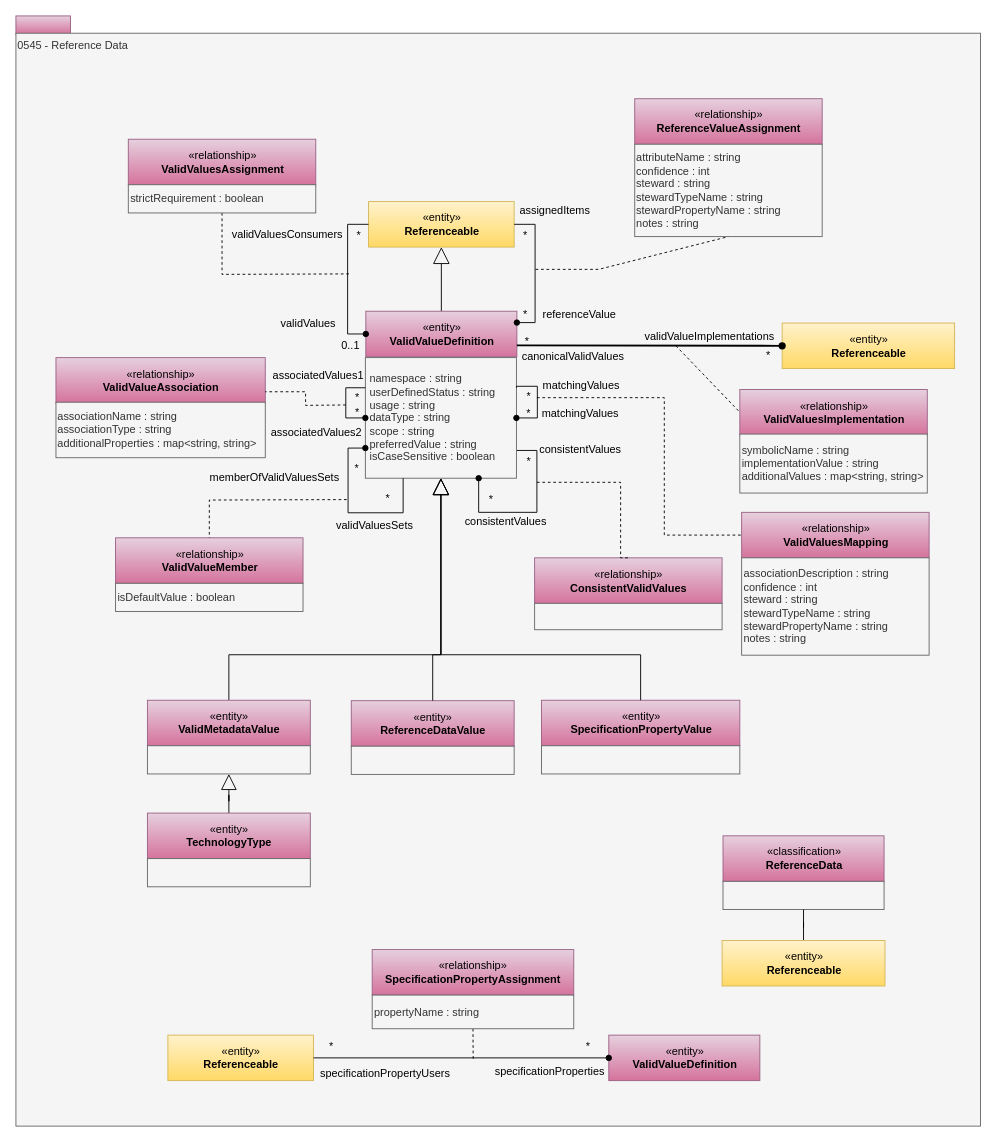
Above: page "0545-Reference-Data" (25 of 32) of site/docs/types/5/area-5-models-and-schema.drawio in odpi/egeria-docs (draw.io), before the change. Source tidied: cells renumbered, new cells numbered last; positions are measured from the earlier drawing's top-left corner, leaving out a move shared by most shapes. Both pictures are drawn from the tidied source at 91%, with x=0, y=0 at pixel (15, 15).
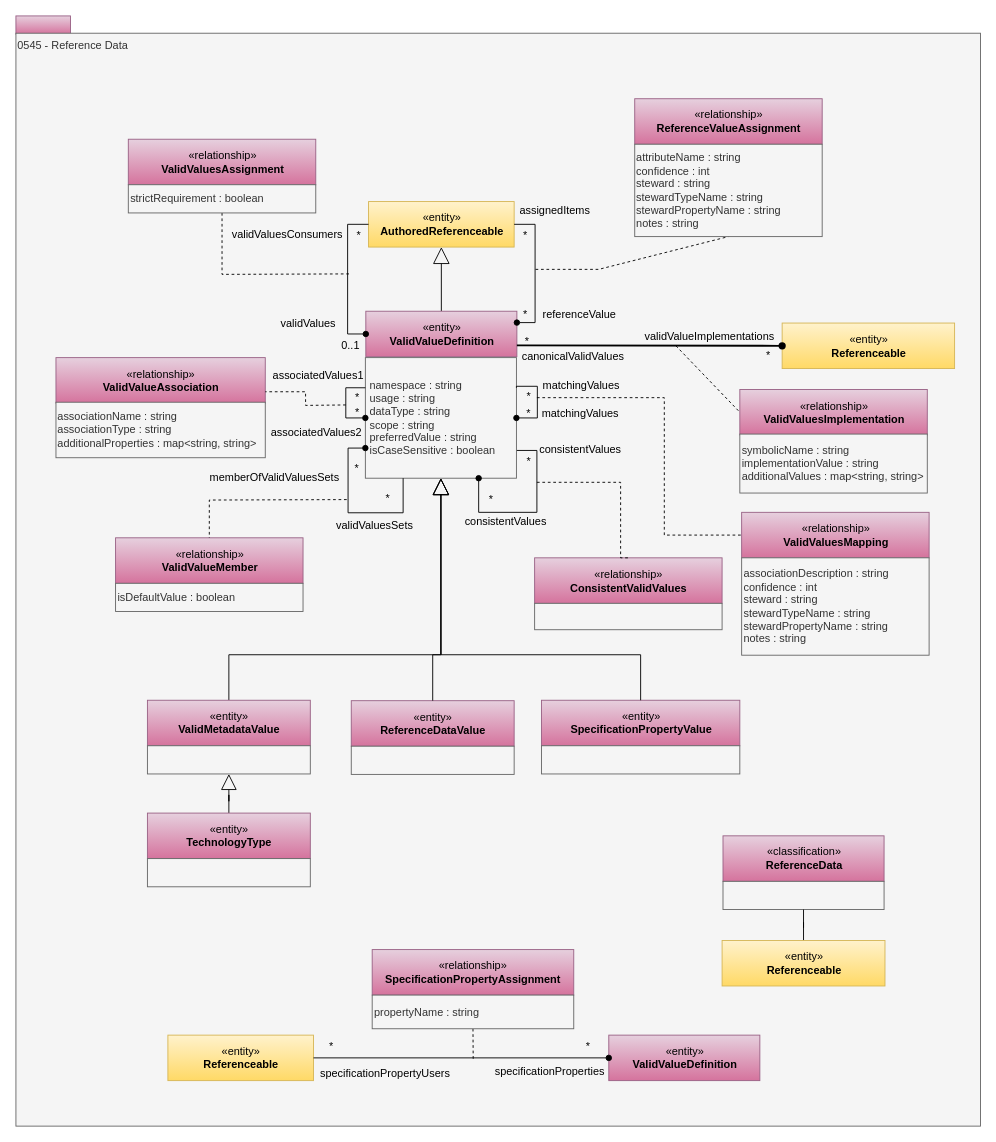
The same page after the edit.

Diff of the diagram source:
```diff
@@
-    <mxCell id="6" value="namespace : string&lt;div&gt;userDefinedStatus : string&lt;div&gt;&lt;span&gt;usage : string&lt;br&gt;&lt;/span&gt;dataType : string&lt;br&gt;&lt;span&gt;scope : string&lt;br&gt;preferredValue : string&lt;br&gt;isCaseSensitive : boolean&lt;br&gt;&lt;/span&gt;&lt;/div&gt;&lt;/div&gt;" style="rounded=0;whiteSpace=wrap;html=1;strokeColor=#666666;align=left;spacingLeft=3;fillColor=#f5f5f5;fontColor=#333333;" parent="1" vertex="1">
+    <mxCell id="6" value="namespace : string&lt;div&gt;&lt;div&gt;&lt;span&gt;usage : string&lt;br&gt;&lt;/span&gt;dataType : string&lt;br&gt;&lt;span&gt;scope : string&lt;br&gt;preferredValue : string&lt;br&gt;isCaseSensitive : boolean&lt;br&gt;&lt;/span&gt;&lt;/div&gt;&lt;/div&gt;" style="rounded=0;whiteSpace=wrap;html=1;strokeColor=#666666;align=left;spacingLeft=3;fillColor=#f5f5f5;fontColor=#333333;" parent="1" vertex="1">
       <mxGeometry x="384" y="375.5" width="166" height="132.5" as="geometry" />
     </mxCell>
-    <mxCell id="7" value="«entity»&lt;br&gt;&lt;b&gt;Referenceable&lt;/b&gt;" style="html=1;strokeColor=#d6b656;align=center;fillColor=#fff2cc;gradientColor=#ffd966;" parent="1" vertex="1">
+    <mxCell id="7" value="«entity»&lt;br&gt;&lt;b&gt;AuthoredReferenceable&lt;/b&gt;" style="html=1;strokeColor=#d6b656;align=center;fillColor=#fff2cc;gradientColor=#ffd966;" parent="1" vertex="1">
       <mxGeometry x="387.5" y="204" width="160" height="50" as="geometry" />
     </mxCell>
```
